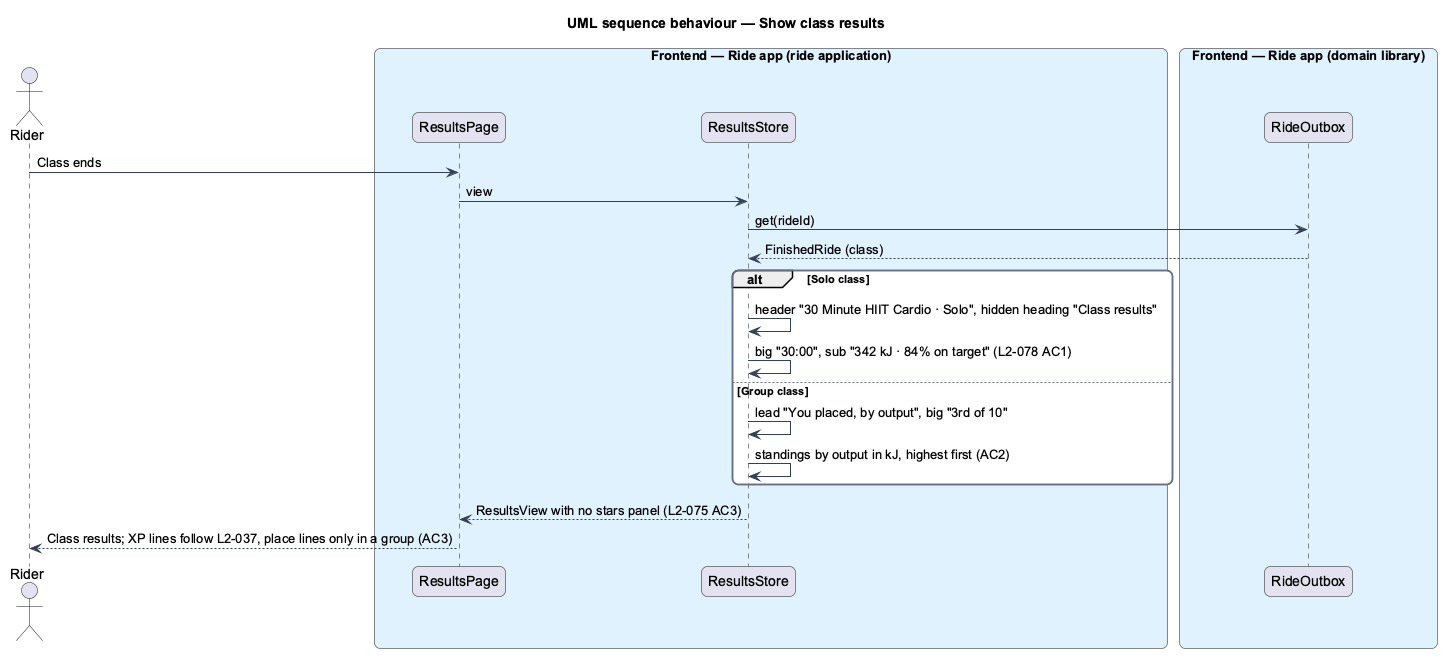
Above: docs/detailed-designs/results/show-results/diagrams/sequence-show-class-results.png in QuinntyneBrown/ride-one (PlantUML), before the change.
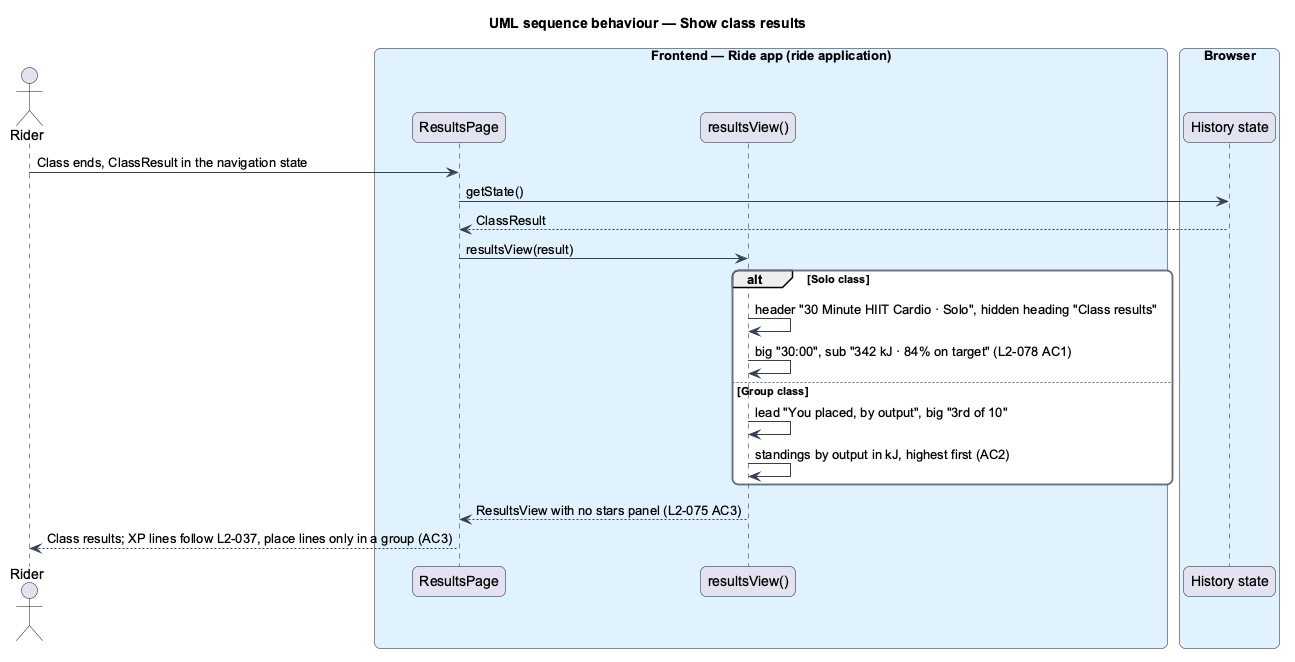
Later version of the same file.

Commit message:
Align slice 11.1's design: results from the navigation state

Change to the diagram source:
```diff
@@ -17,15 +17,15 @@
 actor "Rider" as actor
 box "Frontend — Ride app (ride application)" #E0F2FE
   participant "ResultsPage" as page
-  participant "ResultsStore" as store
+  participant "resultsView()" as store
 end box
-box "Frontend — Ride app (domain library)" #E0F2FE
-  participant "RideOutbox" as outbox
+box "Browser" #E0F2FE
+  participant "History state" as outbox
 end box
-actor -> page : Class ends
-page -> store : view
-store -> outbox : get(rideId)
-outbox --> store : FinishedRide (class)
+actor -> page : Class ends, ClassResult in the navigation state
+page -> outbox : getState()
+outbox --> page : ClassResult
+page -> store : resultsView(result)
 alt Solo class
   store -> store : header "30 Minute HIIT Cardio · Solo", hidden heading "Class results"
   store -> store : big "30:00", sub "342 kJ · 84% on target" (L2-078 AC1)
```
